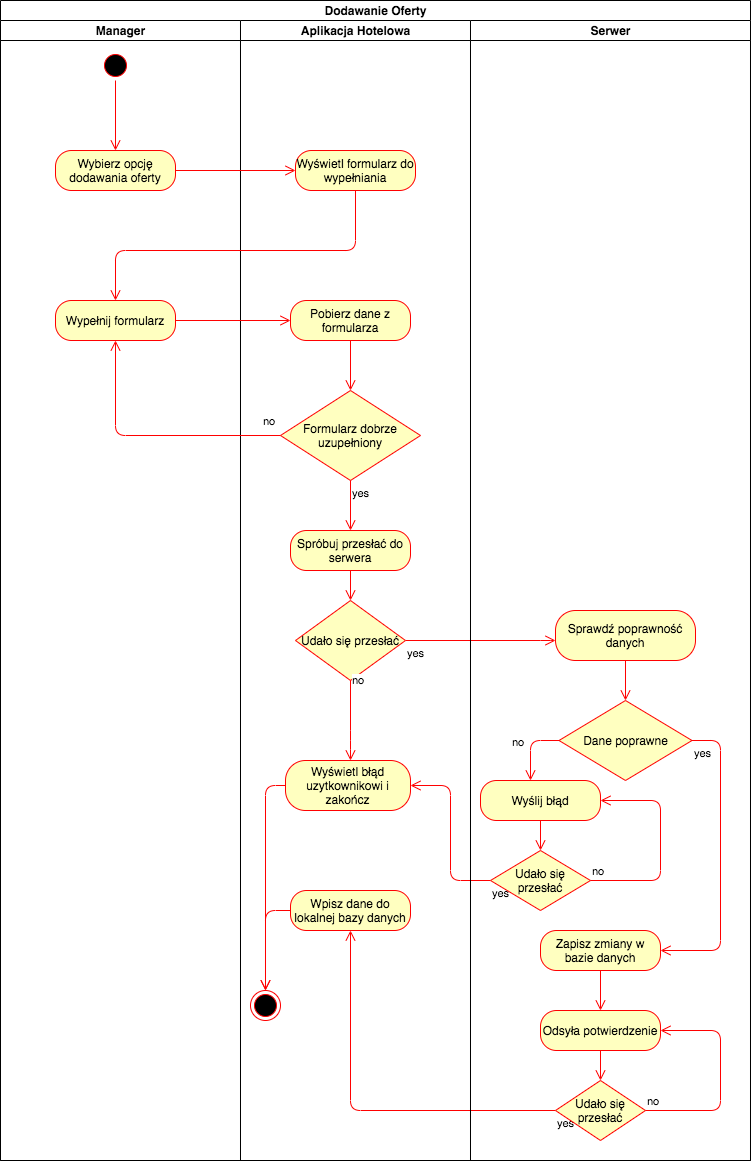
This is Aktywnosc/IO_Aktywności-Dodawanie oferty.png from pw-software-engineering/specification, a draw.io export, as it was before one commit. Source tidied: cells renumbered, new cells last; positions are measured from the earlier drawing's top-left corner, leaving out a move shared by most shapes. Its diagram source:
```xml
<mxGraphModel>
  <root>
    <mxCell id="0" />
    <mxCell id="1" parent="0" />
    <mxCell id="2" value="Dodawanie Oferty" style="swimlane;html=1;startSize=20;" parent="1" vertex="1">
      <mxGeometry width="750" height="1160" as="geometry" />
    </mxCell>
    <mxCell id="3" value="Manager" style="swimlane;html=1;startSize=20;" parent="2" vertex="1">
      <mxGeometry y="20" width="240" height="1140" as="geometry" />
    </mxCell>
    <mxCell id="4" style="ellipse;html=1;shape=startState;fillColor=#000000;strokeColor=#ff0000;" parent="3" vertex="1">
      <mxGeometry x="100" y="30" width="30" height="30" as="geometry" />
    </mxCell>
    <mxCell id="5" style="edgeStyle=orthogonalEdgeStyle;html=1;verticalAlign=bottom;endArrow=open;endSize=8;strokeColor=#ff0000;" parent="3" edge="1" source="4" target="7">
      <mxGeometry relative="1" as="geometry" />
    </mxCell>
    <mxCell id="6" value="Wypełnij formularz" style="rounded=1;whiteSpace=wrap;html=1;arcSize=40;fontColor=#000000;fillColor=#ffffc0;strokeColor=#ff0000;" parent="3" vertex="1">
      <mxGeometry x="55" y="280" width="120" height="40" as="geometry" />
    </mxCell>
    <mxCell id="7" value="Wybierz opcję dodawania oferty" style="rounded=1;whiteSpace=wrap;html=1;arcSize=40;fontColor=#000000;fillColor=#ffffc0;strokeColor=#ff0000;" parent="3" vertex="1">
      <mxGeometry x="55" y="130" width="120" height="40" as="geometry" />
    </mxCell>
    <mxCell id="8" value="yes" style="edgeStyle=orthogonalEdgeStyle;html=1;align=left;verticalAlign=top;endArrow=open;endSize=8;strokeColor=#ff0000;" parent="2" edge="1" source="16" target="30">
      <mxGeometry x="-1" relative="1" as="geometry">
        <Array as="points">
          <mxPoint x="550" y="640" />
          <mxPoint x="550" y="640" />
        </Array>
      </mxGeometry>
    </mxCell>
    <mxCell id="9" value="yes" style="edgeStyle=orthogonalEdgeStyle;html=1;align=left;verticalAlign=top;endArrow=open;endSize=8;strokeColor=#ff0000;" parent="2" edge="1" source="36" target="25">
      <mxGeometry x="-1" relative="1" as="geometry" />
    </mxCell>
    <mxCell id="10" value="yes" style="edgeStyle=orthogonalEdgeStyle;html=1;align=left;verticalAlign=top;endArrow=open;endSize=8;strokeColor=#ff0000;entryX=1;entryY=0.5;entryDx=0;entryDy=0;" parent="2" edge="1" source="39" target="19">
      <mxGeometry x="-1" relative="1" as="geometry" />
    </mxCell>
    <mxCell id="11" value="Aplikacja Hotelowa" style="swimlane;html=1;startSize=20;" parent="2" vertex="1">
      <mxGeometry x="240" y="20" width="230" height="1140" as="geometry" />
    </mxCell>
    <mxCell id="12" value="Formularz dobrze uzupełniony" style="rhombus;whiteSpace=wrap;html=1;fillColor=#ffffc0;strokeColor=#ff0000;" parent="11" vertex="1">
      <mxGeometry x="40" y="370" width="140" height="90" as="geometry" />
    </mxCell>
    <mxCell id="13" value="yes" style="edgeStyle=orthogonalEdgeStyle;html=1;align=left;verticalAlign=top;endArrow=open;endSize=8;strokeColor=#ff0000;" parent="11" edge="1" source="12" target="14">
      <mxGeometry x="-1" relative="1" as="geometry" />
    </mxCell>
    <mxCell id="14" value="Spróbuj przesłać do serwera" style="rounded=1;whiteSpace=wrap;html=1;arcSize=40;fontColor=#000000;fillColor=#ffffc0;strokeColor=#ff0000;" parent="11" vertex="1">
      <mxGeometry x="50" y="510" width="120" height="40" as="geometry" />
    </mxCell>
    <mxCell id="15" style="edgeStyle=orthogonalEdgeStyle;html=1;verticalAlign=bottom;endArrow=open;endSize=8;strokeColor=#ff0000;entryX=0.5;entryY=0;entryDx=0;entryDy=0;" parent="11" edge="1" source="14" target="16">
      <mxGeometry relative="1" as="geometry" />
    </mxCell>
    <mxCell id="16" value="Udało się przesłać" style="rhombus;whiteSpace=wrap;html=1;fillColor=#ffffc0;strokeColor=#ff0000;" parent="11" vertex="1">
      <mxGeometry x="55" y="580" width="110" height="80" as="geometry" />
    </mxCell>
    <mxCell id="17" style="edgeStyle=orthogonalEdgeStyle;html=1;verticalAlign=bottom;endArrow=open;endSize=8;strokeColor=#ff0000;entryX=0.5;entryY=0;entryDx=0;entryDy=0;" parent="11" edge="1" source="25" target="18">
      <mxGeometry relative="1" as="geometry" />
    </mxCell>
    <mxCell id="18" style="ellipse;html=1;shape=endState;fillColor=#000000;strokeColor=#ff0000;" parent="11" vertex="1">
      <mxGeometry x="10" y="970" width="30" height="30" as="geometry" />
    </mxCell>
    <mxCell id="19" value="Wyświetl błąd uzytkownikowi i zakończ" style="rounded=1;whiteSpace=wrap;html=1;arcSize=40;fontColor=#000000;fillColor=#ffffc0;strokeColor=#ff0000;" parent="11" vertex="1">
      <mxGeometry x="45" y="740" width="125" height="50" as="geometry" />
    </mxCell>
    <mxCell id="20" style="edgeStyle=orthogonalEdgeStyle;html=1;verticalAlign=bottom;endArrow=open;endSize=8;strokeColor=#ff0000;" parent="11" edge="1" source="19" target="18">
      <mxGeometry relative="1" as="geometry" />
    </mxCell>
    <mxCell id="21" value="no" style="edgeStyle=orthogonalEdgeStyle;html=1;align=left;verticalAlign=bottom;endArrow=open;endSize=8;strokeColor=#ff0000;exitX=0.5;exitY=1;exitDx=0;exitDy=0;" parent="11" edge="1" source="16" target="19">
      <mxGeometry x="-0.76" relative="1" as="geometry">
        <Array as="points">
          <mxPoint x="110" y="720" />
          <mxPoint x="110" y="720" />
        </Array>
      </mxGeometry>
    </mxCell>
    <mxCell id="22" value="Pobierz dane z formularza" style="rounded=1;whiteSpace=wrap;html=1;arcSize=40;fontColor=#000000;fillColor=#ffffc0;strokeColor=#ff0000;" parent="11" vertex="1">
      <mxGeometry x="50" y="280" width="120" height="40" as="geometry" />
    </mxCell>
    <mxCell id="23" style="edgeStyle=orthogonalEdgeStyle;html=1;verticalAlign=bottom;endArrow=open;endSize=8;strokeColor=#ff0000;" parent="11" edge="1" source="22" target="12">
      <mxGeometry relative="1" as="geometry" />
    </mxCell>
    <mxCell id="24" value="Wyświetl formularz do wypełniania" style="rounded=1;whiteSpace=wrap;html=1;arcSize=40;fontColor=#000000;fillColor=#ffffc0;strokeColor=#ff0000;" parent="11" vertex="1">
      <mxGeometry x="55" y="130" width="120" height="40" as="geometry" />
    </mxCell>
    <mxCell id="25" value="Wpisz dane do lokalnej bazy danych" style="rounded=1;whiteSpace=wrap;html=1;arcSize=40;fontColor=#000000;fillColor=#ffffc0;strokeColor=#ff0000;" parent="11" vertex="1">
      <mxGeometry x="50" y="870" width="120" height="40" as="geometry" />
    </mxCell>
    <mxCell id="26" value="Serwer" style="swimlane;html=1;startSize=20;" parent="2" vertex="1">
      <mxGeometry x="470" y="20" width="280" height="1140" as="geometry" />
    </mxCell>
    <mxCell id="27" value="Zapisz zmiany w bazie danych" style="rounded=1;whiteSpace=wrap;html=1;arcSize=40;fontColor=#000000;fillColor=#ffffc0;strokeColor=#ff0000;" parent="26" vertex="1">
      <mxGeometry x="70" y="910" width="120" height="40" as="geometry" />
    </mxCell>
    <mxCell id="28" style="edgeStyle=orthogonalEdgeStyle;html=1;verticalAlign=bottom;endArrow=open;endSize=8;strokeColor=#ff0000;" parent="26" edge="1" source="27" target="29">
      <mxGeometry relative="1" as="geometry" />
    </mxCell>
    <mxCell id="29" value="Odsyła potwierdzenie" style="rounded=1;whiteSpace=wrap;html=1;arcSize=40;fontColor=#000000;fillColor=#ffffc0;strokeColor=#ff0000;" parent="26" vertex="1">
      <mxGeometry x="70" y="990" width="120" height="40" as="geometry" />
    </mxCell>
    <mxCell id="30" value="Sprawdź poprawność danych" style="rounded=1;whiteSpace=wrap;html=1;arcSize=40;fontColor=#000000;fillColor=#ffffc0;strokeColor=#ff0000;" parent="26" vertex="1">
      <mxGeometry x="85" y="590" width="140" height="50" as="geometry" />
    </mxCell>
    <mxCell id="31" style="edgeStyle=orthogonalEdgeStyle;html=1;verticalAlign=bottom;endArrow=open;endSize=8;strokeColor=#ff0000;entryX=0.5;entryY=0;entryDx=0;entryDy=0;" parent="26" edge="1" source="30" target="32">
      <mxGeometry relative="1" as="geometry" />
    </mxCell>
    <mxCell id="32" value="Dane poprawne" style="rhombus;whiteSpace=wrap;html=1;fillColor=#ffffc0;strokeColor=#ff0000;" parent="26" vertex="1">
      <mxGeometry x="88.5" y="680" width="133" height="80" as="geometry" />
    </mxCell>
    <mxCell id="33" value="no" style="edgeStyle=orthogonalEdgeStyle;html=1;align=left;verticalAlign=bottom;endArrow=open;endSize=8;strokeColor=#ff0000;exitX=0;exitY=0.5;exitDx=0;exitDy=0;" parent="26" edge="1" source="32" target="35">
      <mxGeometry x="-0.14" y="-10" relative="1" as="geometry">
        <Array as="points">
          <mxPoint x="60" y="720" />
        </Array>
        <mxPoint x="-10" y="10" as="offset" />
      </mxGeometry>
    </mxCell>
    <mxCell id="34" value="yes" style="edgeStyle=orthogonalEdgeStyle;html=1;align=left;verticalAlign=top;endArrow=open;endSize=8;strokeColor=#ff0000;exitX=1;exitY=0.5;exitDx=0;exitDy=0;" parent="26" edge="1" source="32" target="27">
      <mxGeometry x="-1" relative="1" as="geometry">
        <Array as="points">
          <mxPoint x="250" y="720" />
          <mxPoint x="250" y="930" />
        </Array>
      </mxGeometry>
    </mxCell>
    <mxCell id="35" value="Wyślij błąd" style="rounded=1;whiteSpace=wrap;html=1;arcSize=40;fontColor=#000000;fillColor=#ffffc0;strokeColor=#ff0000;" parent="26" vertex="1">
      <mxGeometry x="10" y="760" width="120" height="40" as="geometry" />
    </mxCell>
    <mxCell id="36" value="Udało się przesłać" style="rhombus;whiteSpace=wrap;html=1;fillColor=#ffffc0;strokeColor=#ff0000;" parent="26" vertex="1">
      <mxGeometry x="85" y="1060" width="90" height="60" as="geometry" />
    </mxCell>
    <mxCell id="37" value="no" style="edgeStyle=orthogonalEdgeStyle;html=1;align=left;verticalAlign=bottom;endArrow=open;endSize=8;strokeColor=#ff0000;entryX=1;entryY=0.5;entryDx=0;entryDy=0;" parent="26" edge="1" source="36" target="29">
      <mxGeometry x="-1" relative="1" as="geometry">
        <Array as="points">
          <mxPoint x="250" y="1090" />
          <mxPoint x="250" y="1010" />
        </Array>
      </mxGeometry>
    </mxCell>
    <mxCell id="38" style="edgeStyle=orthogonalEdgeStyle;html=1;verticalAlign=bottom;endArrow=open;endSize=8;strokeColor=#ff0000;entryX=0.5;entryY=0;entryDx=0;entryDy=0;" parent="26" edge="1" source="29" target="36">
      <mxGeometry relative="1" as="geometry" />
    </mxCell>
    <mxCell id="39" value="Udało się przesłać" style="rhombus;whiteSpace=wrap;html=1;fillColor=#ffffc0;strokeColor=#ff0000;" parent="26" vertex="1">
      <mxGeometry x="20" y="830" width="100" height="60" as="geometry" />
    </mxCell>
    <mxCell id="40" value="no" style="edgeStyle=orthogonalEdgeStyle;html=1;align=left;verticalAlign=bottom;endArrow=open;endSize=8;strokeColor=#ff0000;exitX=1;exitY=0.5;exitDx=0;exitDy=0;" parent="26" edge="1" source="39" target="35">
      <mxGeometry x="-1" relative="1" as="geometry">
        <Array as="points">
          <mxPoint x="190" y="860" />
          <mxPoint x="190" y="780" />
        </Array>
      </mxGeometry>
    </mxCell>
    <mxCell id="41" style="edgeStyle=orthogonalEdgeStyle;html=1;verticalAlign=bottom;endArrow=open;endSize=8;strokeColor=#ff0000;" parent="26" edge="1" source="35" target="39">
      <mxGeometry relative="1" as="geometry" />
    </mxCell>
    <mxCell id="42" value="no" style="edgeStyle=orthogonalEdgeStyle;html=1;align=left;verticalAlign=bottom;endArrow=open;endSize=8;strokeColor=#ff0000;" parent="2" edge="1" source="12" target="6">
      <mxGeometry x="-0.86" y="-5" relative="1" as="geometry" />
    </mxCell>
    <mxCell id="43" style="edgeStyle=orthogonalEdgeStyle;html=1;verticalAlign=bottom;endArrow=open;endSize=8;strokeColor=#ff0000;" parent="2" edge="1" source="6" target="22">
      <mxGeometry relative="1" as="geometry" />
    </mxCell>
    <mxCell id="44" style="edgeStyle=orthogonalEdgeStyle;html=1;verticalAlign=bottom;endArrow=open;endSize=8;strokeColor=#ff0000;" parent="2" edge="1" source="7" target="24">
      <mxGeometry relative="1" as="geometry" />
    </mxCell>
    <mxCell id="45" style="edgeStyle=orthogonalEdgeStyle;html=1;verticalAlign=bottom;endArrow=open;endSize=8;strokeColor=#ff0000;" parent="2" edge="1" source="24" target="6">
      <mxGeometry relative="1" as="geometry">
        <Array as="points">
          <mxPoint x="355" y="250" />
          <mxPoint x="115" y="250" />
        </Array>
      </mxGeometry>
    </mxCell>
  </root>
</mxGraphModel>
```
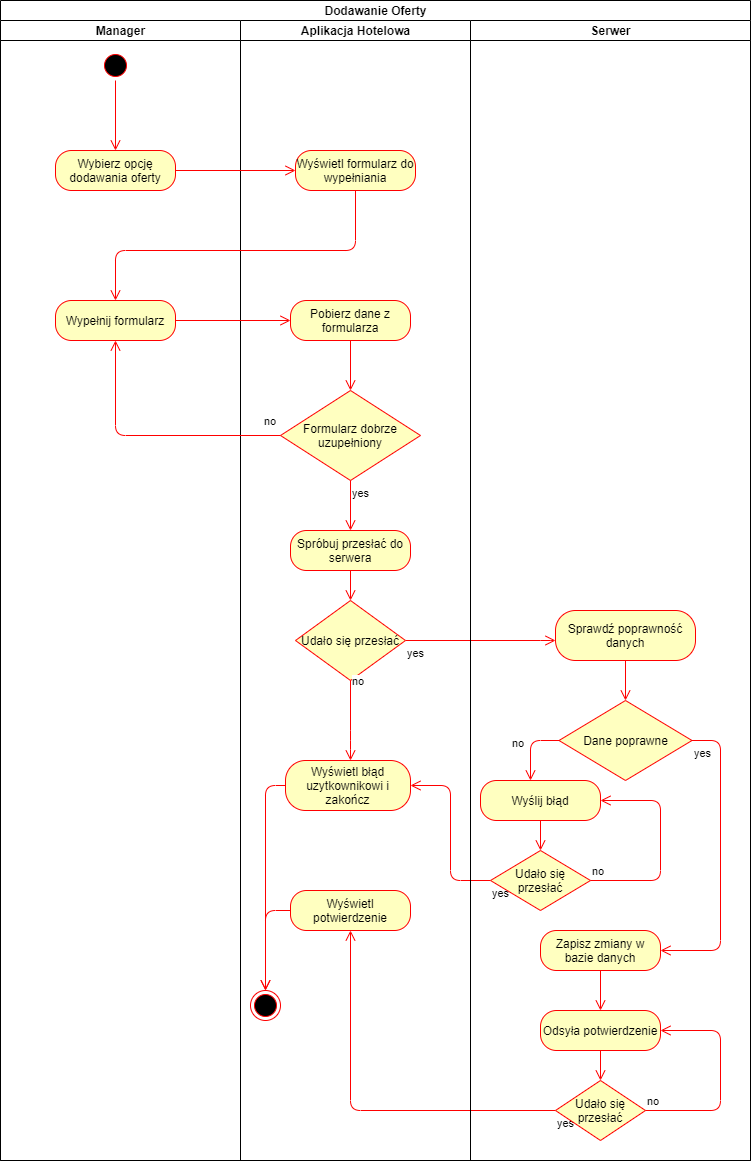
Above is the later version.

Change to the diagram source:
```diff
@@ -28,9 +28,9 @@
         </Array>
       </mxGeometry>
     </mxCell>
-    <mxCell id="9" value="yes" style="edgeStyle=orthogonalEdgeStyle;html=1;align=left;verticalAlign=top;endArrow=open;endSize=8;strokeColor=#ff0000;" parent="2" edge="1" source="36" target="25">
-      <mxGeometry x="-1" relative="1" as="geometry" />
-    </mxCell>
+    <mxCell id="46" value="yes" style="edgeStyle=orthogonalEdgeStyle;html=1;align=left;verticalAlign=top;endArrow=open;endSize=8;strokeColor=#ff0000;" parent="2" edge="1" source="36" target="48">
+      <mxGeometry x="-1" relative="1" as="geometry" />
+    </mxCell>
     <mxCell id="10" value="yes" style="edgeStyle=orthogonalEdgeStyle;html=1;align=left;verticalAlign=top;endArrow=open;endSize=8;strokeColor=#ff0000;entryX=1;entryY=0.5;entryDx=0;entryDy=0;" parent="2" edge="1" source="39" target="19">
       <mxGeometry x="-1" relative="1" as="geometry" />
     </mxCell>
@@ -52,9 +52,9 @@
     <mxCell id="16" value="Udało się przesłać" style="rhombus;whiteSpace=wrap;html=1;fillColor=#ffffc0;strokeColor=#ff0000;" parent="11" vertex="1">
       <mxGeometry x="55" y="580" width="110" height="80" as="geometry" />
     </mxCell>
-    <mxCell id="17" style="edgeStyle=orthogonalEdgeStyle;html=1;verticalAlign=bottom;endArrow=open;endSize=8;strokeColor=#ff0000;entryX=0.5;entryY=0;entryDx=0;entryDy=0;" parent="11" edge="1" source="25" target="18">
-      <mxGeometry relative="1" as="geometry" />
-    </mxCell>
+    <mxCell id="47" style="edgeStyle=orthogonalEdgeStyle;html=1;verticalAlign=bottom;endArrow=open;endSize=8;strokeColor=#ff0000;entryX=0.5;entryY=0;entryDx=0;entryDy=0;" parent="11" edge="1" source="48" target="18">
+      <mxGeometry relative="1" as="geometry" />
+    </mxCell>
     <mxCell id="18" style="ellipse;html=1;shape=endState;fillColor=#000000;strokeColor=#ff0000;" parent="11" vertex="1">
       <mxGeometry x="10" y="970" width="30" height="30" as="geometry" />
     </mxCell>
@@ -81,9 +81,9 @@
     <mxCell id="24" value="Wyświetl formularz do wypełniania" style="rounded=1;whiteSpace=wrap;html=1;arcSize=40;fontColor=#000000;fillColor=#ffffc0;strokeColor=#ff0000;" parent="11" vertex="1">
       <mxGeometry x="55" y="130" width="120" height="40" as="geometry" />
     </mxCell>
-    <mxCell id="25" value="Wpisz dane do lokalnej bazy danych" style="rounded=1;whiteSpace=wrap;html=1;arcSize=40;fontColor=#000000;fillColor=#ffffc0;strokeColor=#ff0000;" parent="11" vertex="1">
-      <mxGeometry x="50" y="870" width="120" height="40" as="geometry" />
-    </mxCell>
+    <mxCell id="48" value="Wyświetl potwierdzenie" style="rounded=1;whiteSpace=wrap;html=1;arcSize=40;fontColor=#000000;fillColor=#ffffc0;strokeColor=#ff0000;" parent="11" vertex="1">
+      <mxGeometry x="50" y="870" width="120" height="40" as="geometry" />
+    </mxCell>
     <mxCell id="26" value="Serwer" style="swimlane;html=1;startSize=20;" parent="2" vertex="1">
       <mxGeometry x="470" y="20" width="280" height="1140" as="geometry" />
     </mxCell>
```
